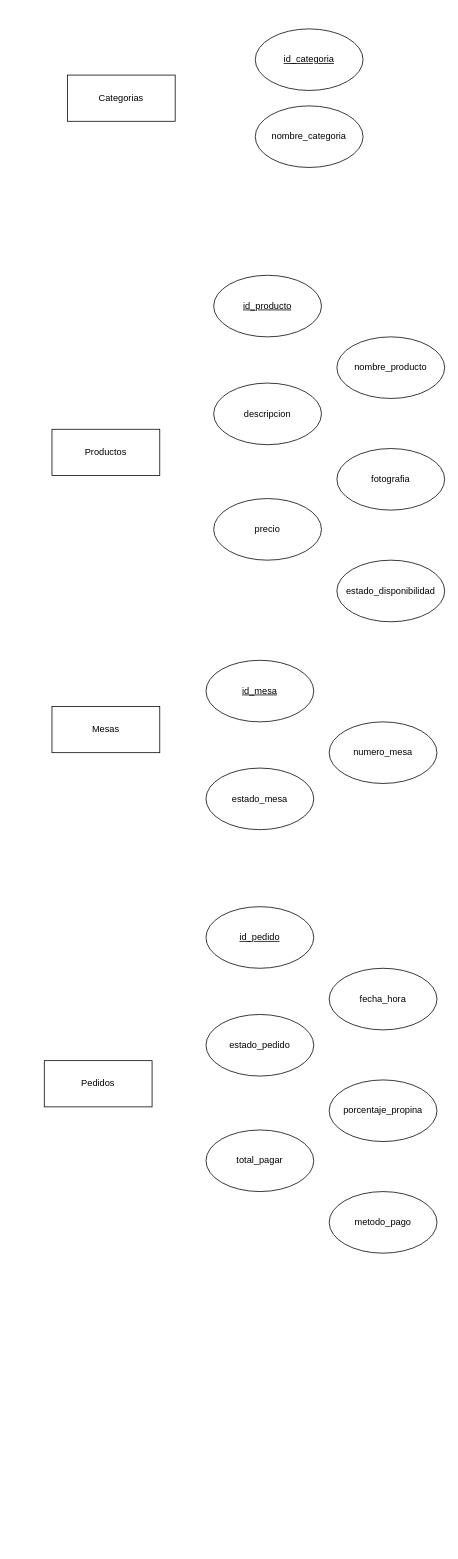
This is page "Página-4" (4 of 4) of Diagramas/DiagramaER.drawio from CanelaFeliz/ProyectoPPI115, a draw.io file, before an edit. Source tidied: cells renumbered, new cells numbered last; positions are measured from the earlier drawing's top-left corner, leaving out a move shared by most shapes. Both pictures are drawn from the tidied source at 77%, with x=0, y=0 at pixel (44, 28).
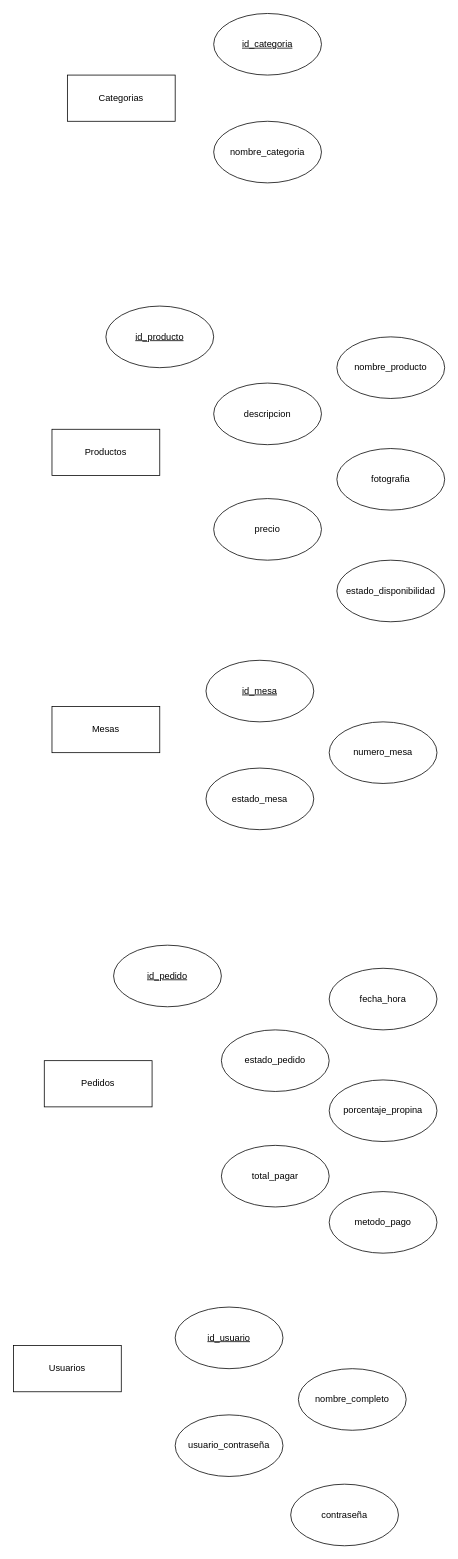
The same diagram, later.

Commit message:
se Agrego Usuarios

What changed in the source:
```diff
@@
     <mxCell id="4" value="&lt;u&gt;id_categoria&lt;/u&gt;" style="ellipse;whiteSpace=wrap;html=1;" parent="1" vertex="1">
-      <mxGeometry x="274" width="140" height="80" as="geometry" />
+      <mxGeometry x="220" y="-20" width="140" height="80" as="geometry" />
     </mxCell>
     <mxCell id="5" value="nombre_categoria" style="ellipse;whiteSpace=wrap;html=1;" parent="1" vertex="1">
-      <mxGeometry x="274" y="100" width="140" height="80" as="geometry" />
+      <mxGeometry x="220" y="120" width="140" height="80" as="geometry" />
     </mxCell>
     <mxCell id="6" value="&lt;u&gt;id_producto&lt;/u&gt;" style="ellipse;whiteSpace=wrap;html=1;" parent="1" vertex="1">
-      <mxGeometry x="220" y="320" width="140" height="80" as="geometry" />
+      <mxGeometry x="80" y="360" width="140" height="80" as="geometry" />
     </mxCell>
@@
     <mxCell id="17" value="&lt;u&gt;id_pedido&lt;/u&gt;" style="ellipse;whiteSpace=wrap;html=1;" parent="1" vertex="1">
-      <mxGeometry x="210" y="1140" width="140" height="80" as="geometry" />
+      <mxGeometry x="90" y="1190" width="140" height="80" as="geometry" />
     </mxCell>
@@
     <mxCell id="19" value="estado_pedido" style="ellipse;whiteSpace=wrap;html=1;" parent="1" vertex="1">
-      <mxGeometry x="210" y="1280" width="140" height="80" as="geometry" />
+      <mxGeometry x="230" y="1300" width="140" height="80" as="geometry" />
     </mxCell>
@@
     <mxCell id="21" value="total_pagar" style="ellipse;whiteSpace=wrap;html=1;" parent="1" vertex="1">
-      <mxGeometry x="210" y="1430" width="140" height="80" as="geometry" />
+      <mxGeometry x="230" y="1450" width="140" height="80" as="geometry" />
     </mxCell>
@@
+    <mxCell id="23" value="&lt;u&gt;id_usuario&lt;/u&gt;" style="ellipse;whiteSpace=wrap;html=1;" parent="1" vertex="1">
+      <mxGeometry x="170" y="1660" width="140" height="80" as="geometry" />
+    </mxCell>
+    <mxCell id="24" value="nombre_completo" style="ellipse;whiteSpace=wrap;html=1;" parent="1" vertex="1">
+      <mxGeometry x="330" y="1740" width="140" height="80" as="geometry" />
+    </mxCell>
+    <mxCell id="25" value="usuario_contraseña" style="ellipse;whiteSpace=wrap;html=1;" parent="1" vertex="1">
+      <mxGeometry x="170" y="1800" width="140" height="80" as="geometry" />
+    </mxCell>
+    <mxCell id="26" value="Usuarios" style="rounded=0;whiteSpace=wrap;html=1;" parent="1" vertex="1">
+      <mxGeometry x="-40" y="1710" width="140" height="60" as="geometry" />
+    </mxCell>
+    <mxCell id="27" value="contraseña" style="ellipse;whiteSpace=wrap;html=1;" parent="1" vertex="1">
+      <mxGeometry x="320" y="1890" width="140" height="80" as="geometry" />
+    </mxCell>
```
